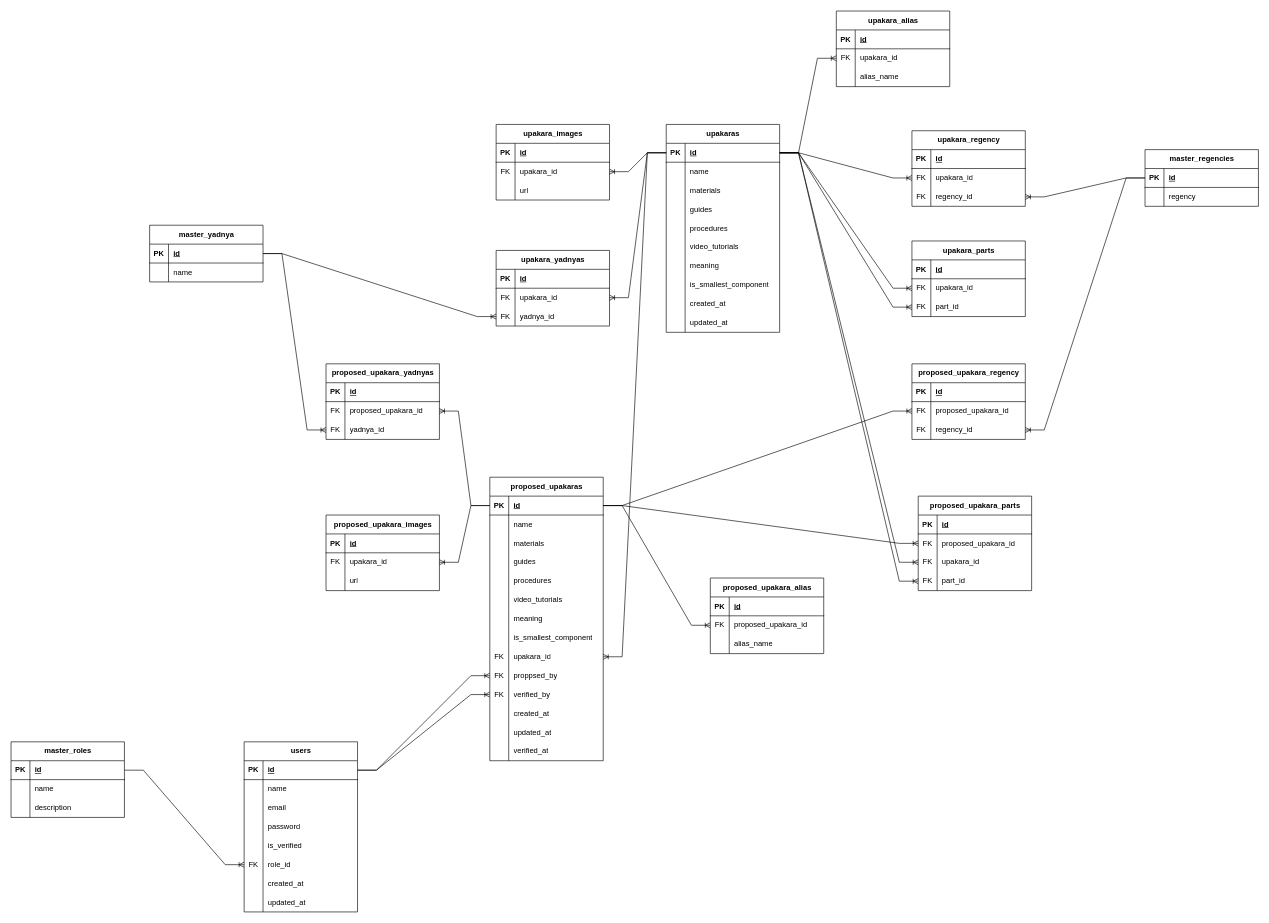
Before: bantenpedia.drawio in rayaska/bantenpedia, a draw.io diagram. Source tidied: cells renumbered, new cells numbered last; positions are measured from the earlier drawing's top-left corner, leaving out a move shared by most shapes. Both pictures are drawn from the tidied source at 63%, with x=0, y=0 at pixel (11, 11).
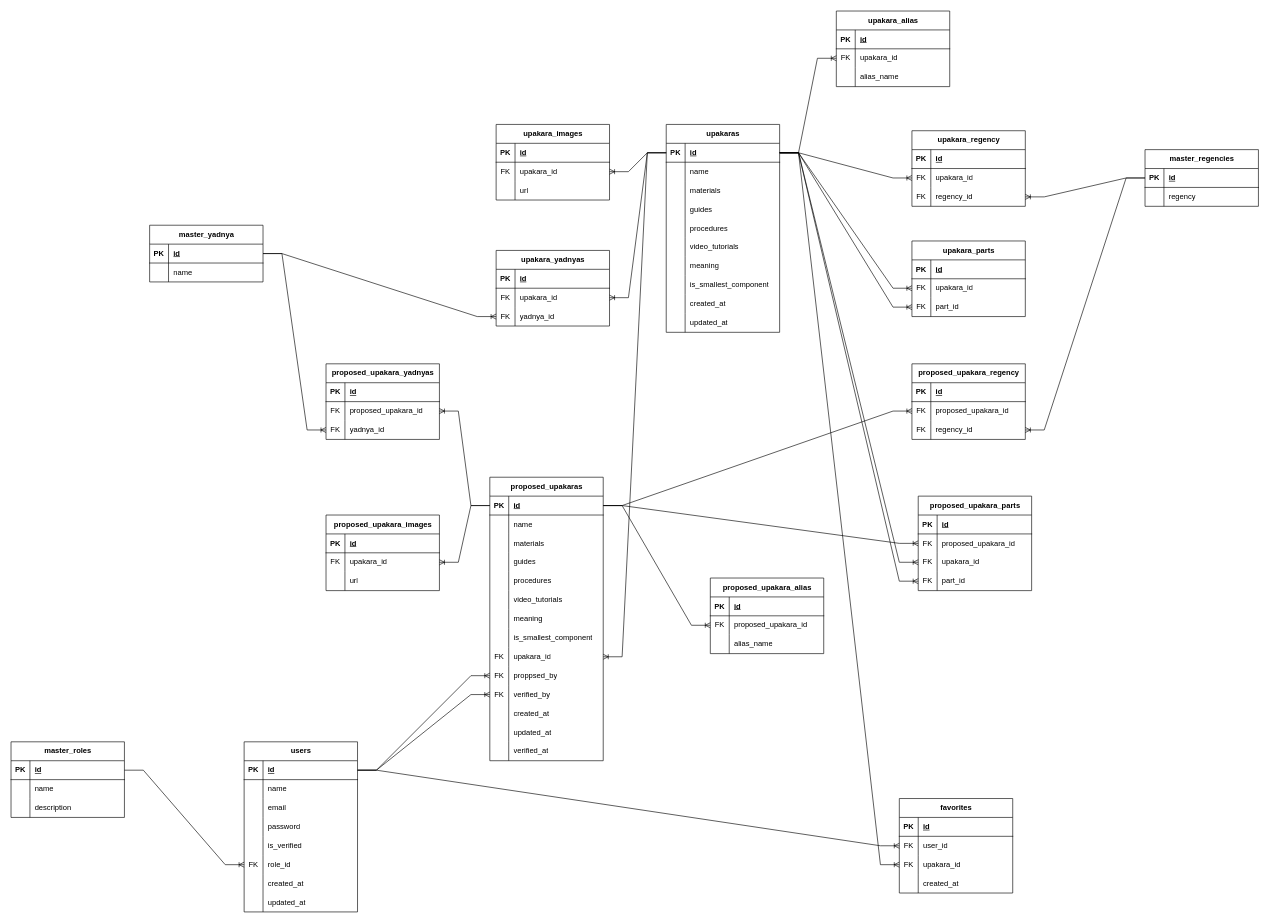
The same page after the edit.

Commit message:
fix: add favorites on IA and ERD

Unchanged cells that the change refers to:
```xml
<mxCell id="3" style="shape=tableRow;horizontal=0;startSize=0;swimlaneHead=0;swimlaneBody=0;fillColor=none;points=[[0,0.5],[1,0.5]];portConstraint=eastwest;top=0;left=0;right=0;bottom=1;" parent="2" vertex="1">
  <mxGeometry y="30" width="180" height="30" as="geometry" />
</mxCell>
<mxCell id="212" style="shape=tableRow;horizontal=0;startSize=0;swimlaneHead=0;swimlaneBody=0;fillColor=none;points=[[0,0.5],[1,0.5]];portConstraint=eastwest;top=0;left=0;right=0;bottom=1;" parent="211" vertex="1">
  <mxGeometry y="30" width="180" height="30" as="geometry" />
</mxCell>
```

Change to the diagram source:
```diff
@@
+    <mxCell id="249" value="favorites" style="shape=table;startSize=30;childLayout=tableLayout;rowLines=0;fontStyle=1;align=center;html=1;" parent="1" vertex="1">
+      <mxGeometry x="1410" y="1250" width="180" height="150" as="geometry" />
+    </mxCell>
+    <mxCell id="250" style="shape=tableRow;horizontal=0;startSize=0;swimlaneHead=0;swimlaneBody=0;fillColor=none;top=0;left=0;right=0;bottom=1;" parent="249" vertex="1">
+      <mxGeometry y="30" width="180" height="30" as="geometry" />
+    </mxCell>
+    <mxCell id="251" value="PK" style="shape=partialRectangle;fillColor=none;top=0;left=0;bottom=0;right=0;fontStyle=1;overflow=hidden;whiteSpace=wrap;html=1;" parent="250" vertex="1">
+      <mxGeometry width="30" height="30" as="geometry" />
+    </mxCell>
+    <mxCell id="252" value="id" style="shape=partialRectangle;fillColor=none;top=0;left=0;bottom=0;right=0;align=left;spacingLeft=6;fontStyle=5;overflow=hidden;whiteSpace=wrap;html=1;" parent="250" vertex="1">
+      <mxGeometry x="30" width="150" height="30" as="geometry" />
+    </mxCell>
+    <mxCell id="253" style="shape=tableRow;horizontal=0;startSize=0;swimlaneHead=0;swimlaneBody=0;fillColor=none;points=[[0,0.5],[1,0.5]];portConstraint=eastwest;top=0;left=0;right=0;bottom=0;" parent="249" vertex="1">
+      <mxGeometry y="60" width="180" height="30" as="geometry" />
+    </mxCell>
+    <mxCell id="254" value="FK" style="shape=partialRectangle;fillColor=none;top=0;left=0;bottom=0;right=0;overflow=hidden;whiteSpace=wrap;html=1;" parent="253" vertex="1">
+      <mxGeometry width="30" height="30" as="geometry" />
+    </mxCell>
+    <mxCell id="255" value="user_id" style="shape=partialRectangle;fillColor=none;top=0;left=0;bottom=0;right=0;align=left;spacingLeft=6;overflow=hidden;whiteSpace=wrap;html=1;" parent="253" vertex="1">
+      <mxGeometry x="30" width="150" height="30" as="geometry" />
+    </mxCell>
+    <mxCell id="256" style="shape=tableRow;horizontal=0;startSize=0;swimlaneHead=0;swimlaneBody=0;fillColor=none;points=[[0,0.5],[1,0.5]];portConstraint=eastwest;top=0;left=0;right=0;bottom=0;" parent="249" vertex="1">
+      <mxGeometry y="90" width="180" height="30" as="geometry" />
+    </mxCell>
+    <mxCell id="257" value="FK" style="shape=partialRectangle;fillColor=none;top=0;left=0;bottom=0;right=0;overflow=hidden;whiteSpace=wrap;html=1;" parent="256" vertex="1">
+      <mxGeometry width="30" height="30" as="geometry" />
+    </mxCell>
+    <mxCell id="258" value="upakara_id" style="shape=partialRectangle;fillColor=none;top=0;left=0;bottom=0;right=0;align=left;spacingLeft=6;overflow=hidden;whiteSpace=wrap;html=1;" parent="256" vertex="1">
+      <mxGeometry x="30" width="150" height="30" as="geometry" />
+    </mxCell>
+    <mxCell id="259" style="shape=tableRow;horizontal=0;startSize=0;swimlaneHead=0;swimlaneBody=0;fillColor=none;top=0;left=0;right=0;bottom=0;" parent="249" vertex="1">
+      <mxGeometry y="120" width="180" height="30" as="geometry" />
+    </mxCell>
+    <mxCell id="260" style="shape=partialRectangle;fillColor=none;top=0;left=0;bottom=0;right=0;overflow=hidden;whiteSpace=wrap;html=1;" parent="259" vertex="1">
+      <mxGeometry width="30" height="30" as="geometry" />
+    </mxCell>
+    <mxCell id="261" value="created_at" style="shape=partialRectangle;fillColor=none;top=0;left=0;bottom=0;right=0;align=left;spacingLeft=6;overflow=hidden;whiteSpace=wrap;html=1;" parent="259" vertex="1">
+      <mxGeometry x="30" width="150" height="30" as="geometry" />
+    </mxCell>
+    <mxCell id="262" style="edgeStyle=entityRelationEdgeStyle;fontSize=12;html=1;endArrow=ERoneToMany;rounded=0;exitX=1;exitY=0.5;exitDx=0;exitDy=0;entryX=0;entryY=0.5;entryDx=0;entryDy=0;" parent="1" edge="1" source="212" target="253">
+      <mxGeometry relative="1" as="geometry" />
+    </mxCell>
+    <mxCell id="263" style="edgeStyle=entityRelationEdgeStyle;fontSize=12;html=1;endArrow=ERoneToMany;rounded=0;exitX=1;exitY=0.5;exitDx=0;exitDy=0;entryX=0;entryY=0.5;entryDx=0;entryDy=0;" parent="1" edge="1" source="3" target="256">
+      <mxGeometry relative="1" as="geometry" />
+    </mxCell>
```
